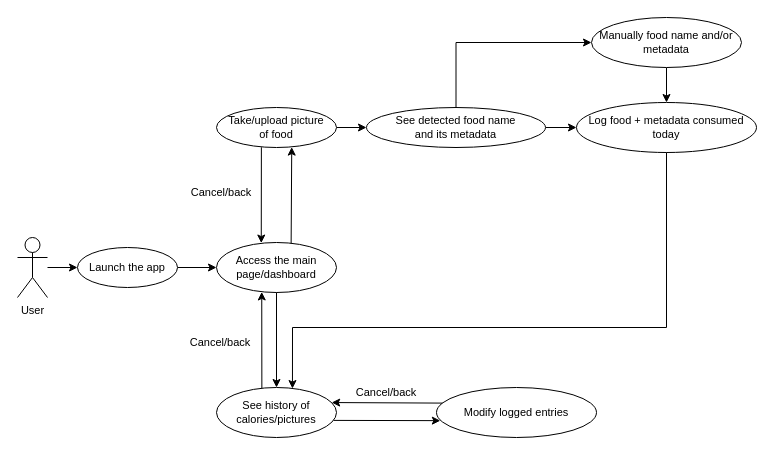
jonechong/calories-cv keeps this draw.io diagram as Use Case Diagrams/CV Calories v1.0.drawio. Above is the earlier version. Source tidied: cells renumbered, new cells numbered last; positions are measured from the earlier drawing's top-left corner, leaving out a move shared by most shapes. Both pictures are drawn from the tidied source at 100%, with x=0, y=0 at pixel (17, 17).
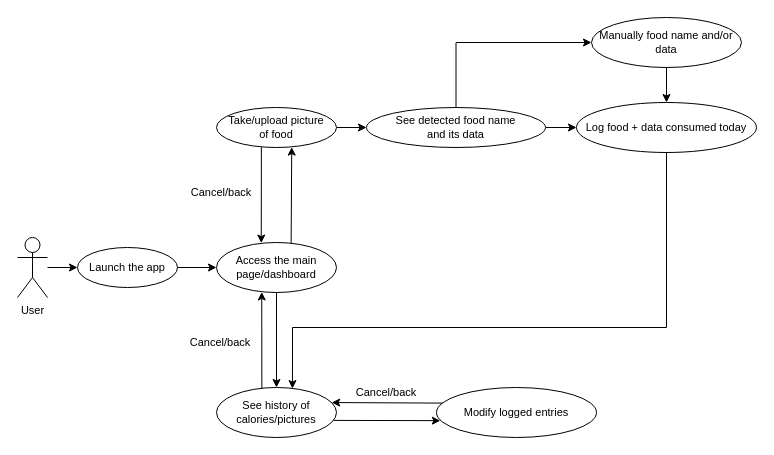
Above is the later version.

Commit message:
Correct erroneous use of the word 'metadata'

The edit, as a diff of the source:
```diff
@@
-    <mxCell id="11" value="See detected food name &lt;br style=&quot;font-size: 11px;&quot;&gt;and its metadata" style="ellipse;whiteSpace=wrap;html=1;fontSize=11;" parent="1" vertex="1">
+    <mxCell id="11" value="See detected food name &lt;br style=&quot;font-size: 11px;&quot;&gt;and its data" style="ellipse;whiteSpace=wrap;html=1;fontSize=11;" parent="1" vertex="1">
       <mxGeometry x="349" y="90" width="179" height="40" as="geometry" />
     </mxCell>
@@
-    <mxCell id="13" value="Manually food name and/or metadata" style="ellipse;whiteSpace=wrap;html=1;fontSize=11;" parent="1" vertex="1">
+    <mxCell id="13" value="Manually food name and/or data" style="ellipse;whiteSpace=wrap;html=1;fontSize=11;" parent="1" vertex="1">
       <mxGeometry x="574" width="150" height="50" as="geometry" />
     </mxCell>
-    <mxCell id="14" value="Log food + metadata consumed today" style="ellipse;whiteSpace=wrap;html=1;fontSize=11;" parent="1" vertex="1">
+    <mxCell id="14" value="Log food + data consumed today" style="ellipse;whiteSpace=wrap;html=1;fontSize=11;" parent="1" vertex="1">
       <mxGeometry x="559" y="85" width="180" height="50" as="geometry" />
     </mxCell>
```
